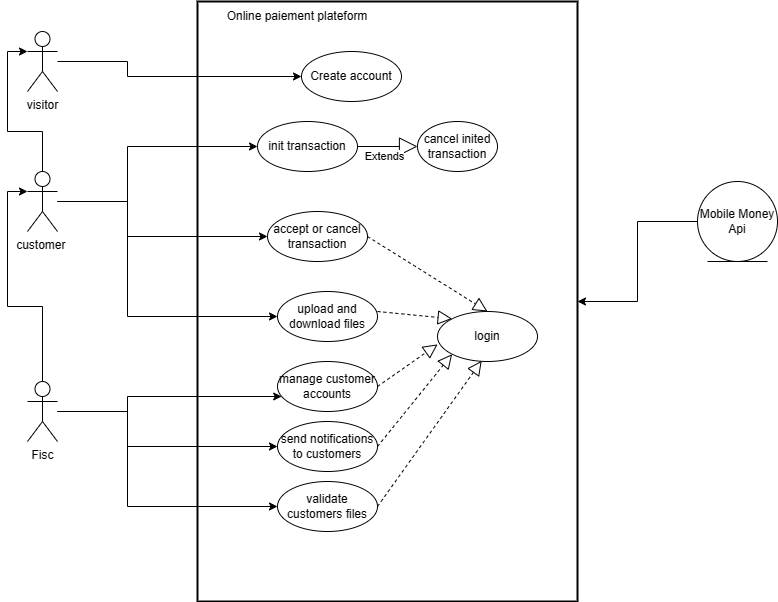
Lord-baba99/TROMBINOSCOOP keeps this draw.io diagram as Diagramme sans nom.drawio.png. Above is the earlier version. Source tidied: cells renumbered, new cells last; positions are measured from the earlier drawing's top-left corner, leaving out a move shared by most shapes.
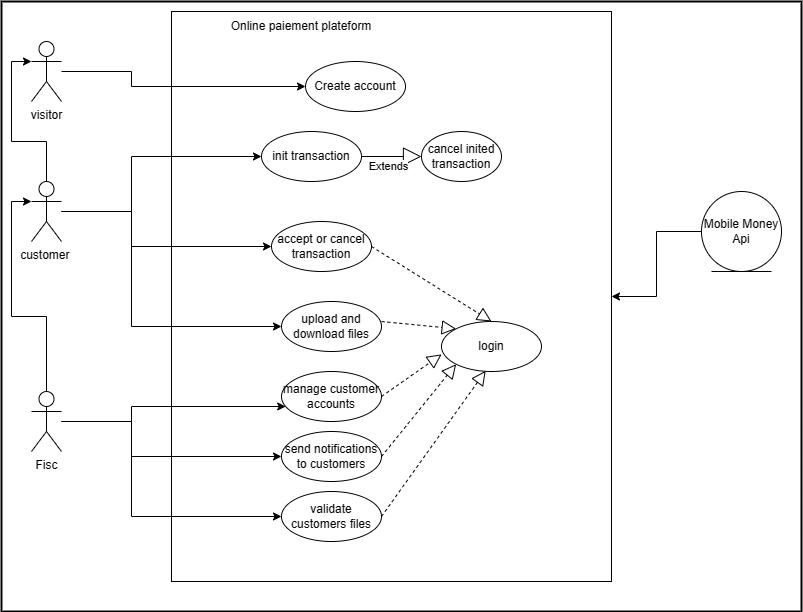
The same file after the commit.

Commit message:
Mettre à jour Diagramme sans nom.drawio.png

What changed in the source:
```diff
@@ -3,8 +3,11 @@
     <mxCell id="0" />
     <mxCell id="1" parent="0" />
     <mxCell id="2" style="rounded=1;whiteSpace=wrap;html=1;absoluteArcSize=1;arcSize=0;strokeWidth=2;" parent="1" vertex="1">
-      <mxGeometry x="170" width="380" height="600" as="geometry" />
+      <mxGeometry x="-30" y="-10" width="800" height="610" as="geometry" />
     </mxCell>
+    <mxCell id="33" style="rounded=0;whiteSpace=wrap;html=1;" parent="1" vertex="1">
+      <mxGeometry x="140" width="440" height="570" as="geometry" />
+    </mxCell>
     <mxCell id="3" style="edgeStyle=orthogonalEdgeStyle;rounded=0;jettySize=auto;html=1;" parent="1" edge="1" source="4" target="5">
       <mxGeometry relative="1" as="geometry">
         <Array as="points">
@@ -121,9 +124,9 @@
     <mxCell id="29" style="endArrow=block;dashed=1;endFill=0;endSize=12;html=1;rounded=0;exitX=1;exitY=0.4;exitDx=0;exitDy=0;exitPerimeter=0;entryX=0;entryY=0;entryDx=0;entryDy=0;" parent="1" edge="1" source="14" target="11">
       <mxGeometry relative="1" as="geometry" />
     </mxCell>
-    <mxCell id="30" style="edgeStyle=orthogonalEdgeStyle;rounded=0;jettySize=auto;html=1;" parent="1" edge="1" source="31" target="2">
-      <mxGeometry relative="1" as="geometry" />
-    </mxCell>
+    <mxCell id="34" style="edgeStyle=orthogonalEdgeStyle;rounded=0;jettySize=auto;html=1;" parent="1" edge="1" source="31" target="33">
+      <mxGeometry relative="1" as="geometry" />
+    </mxCell>
     <mxCell id="31" value="Mobile Money Api" style="ellipse;shape=umlEntity;whiteSpace=wrap;html=1;" parent="1" vertex="1">
       <mxGeometry x="670" y="180" width="80" height="80" as="geometry" />
     </mxCell>
```
